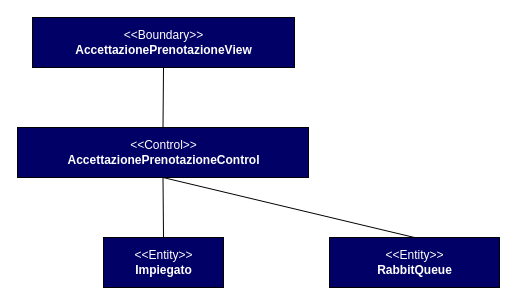
Earlier version of the draw.io diagram Documenti/RAD/Object Model/Accettazione Prenotazione/Accettazione.drawio (Givaa/MedQueue). Source tidied: cells renumbered, new cells numbered last; positions are measured from the earlier drawing's top-left corner, leaving out a move shared by most shapes. Both pictures are drawn from the tidied source at 100%, with x=0, y=0 at pixel (17, 17).
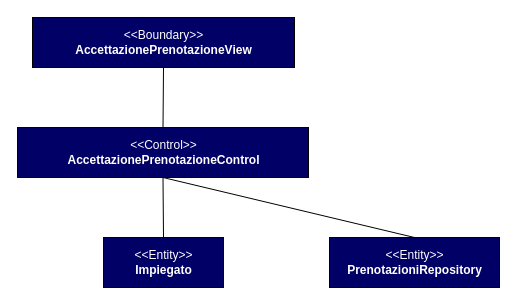
The same page after the edit.

The edit, as a diff of the source:
```diff
@@
 <mxGraphModel>
   <root>
     <mxCell id="0" />
     <mxCell id="1" parent="0" />
     <mxCell id="2" value="&lt;font color=&quot;#ffffff&quot;&gt;&amp;lt;&amp;lt;Entity&amp;gt;&amp;gt;&lt;br&gt;&lt;/font&gt;&lt;div&gt;&lt;b&gt;&lt;font color=&quot;#ffffff&quot;&gt;Impiegato&lt;/font&gt;&lt;/b&gt;&lt;br&gt;&lt;/div&gt;" style="html=1;fillColor=#000066;" parent="1" vertex="1">
       <mxGeometry x="86" y="220" width="120" height="50" as="geometry" />
     </mxCell>
     <mxCell id="3" value="&lt;font color=&quot;#ffffff&quot;&gt;&amp;lt;&amp;lt;Control&amp;gt;&amp;gt;&lt;br&gt;&lt;/font&gt;&lt;div&gt;&lt;b&gt;&lt;font color=&quot;#ffffff&quot;&gt;AccettazionePrenotazioneControl&lt;/font&gt;&lt;/b&gt;&lt;br&gt;&lt;/div&gt;" style="html=1;fillColor=#000066;" parent="1" vertex="1">
       <mxGeometry y="110" width="291" height="50" as="geometry" />
     </mxCell>
     <mxCell id="4" value="&lt;font color=&quot;#ffffff&quot;&gt;&amp;lt;&amp;lt;Boundary&amp;gt;&amp;gt;&lt;br&gt;&lt;/font&gt;&lt;div&gt;&lt;b&gt;&lt;font color=&quot;#ffffff&quot;&gt;AccettazionePrenotazioneView&lt;/font&gt;&lt;/b&gt;&lt;br&gt;&lt;/div&gt;" style="html=1;fillColor=#000066;" parent="1" vertex="1">
       <mxGeometry x="15" width="262" height="50" as="geometry" />
     </mxCell>
     <mxCell id="5" style="endArrow=none;html=1;entryX=0.5;entryY=1;entryDx=0;entryDy=0;exitX=0.5;exitY=0;exitDx=0;exitDy=0;" parent="1" edge="1" source="2" target="3">
       <mxGeometry relative="1" as="geometry" />
     </mxCell>
     <mxCell id="6" style="endArrow=none;html=1;entryX=0.5;entryY=1;entryDx=0;entryDy=0;exitX=0.5;exitY=0;exitDx=0;exitDy=0;" parent="1" edge="1" source="3" target="4">
       <mxGeometry relative="1" as="geometry" />
     </mxCell>
     <mxCell id="7" style="endArrow=none;html=1;entryX=0.5;entryY=1;entryDx=0;entryDy=0;exitX=0.5;exitY=0;exitDx=0;exitDy=0;" parent="1" edge="1" source="8" target="3">
       <mxGeometry relative="1" as="geometry" />
     </mxCell>
-    <mxCell id="8" value="&lt;div&gt;&lt;font color=&quot;#ffffff&quot;&gt;&amp;lt;&amp;lt;Entity&amp;gt;&amp;gt;&lt;br&gt;&lt;/font&gt;&lt;/div&gt;&lt;div&gt;&lt;font color=&quot;#ffffff&quot;&gt;&lt;b&gt;RabbitQueue&lt;/b&gt;&lt;/font&gt;&lt;/div&gt;" style="html=1;fillColor=#000066;" parent="1" vertex="1">
+    <mxCell id="8" value="&lt;div&gt;&lt;font color=&quot;#ffffff&quot;&gt;&amp;lt;&amp;lt;Entity&amp;gt;&amp;gt;&lt;br&gt;&lt;/font&gt;&lt;/div&gt;&lt;div&gt;&lt;font color=&quot;#ffffff&quot;&gt;&lt;b&gt;PrenotazioniRepository&lt;/b&gt;&lt;/font&gt;&lt;/div&gt;" style="html=1;fillColor=#000066;" parent="1" vertex="1">
       <mxGeometry x="312" y="220" width="170" height="50" as="geometry" />
     </mxCell>
   </root>
 </mxGraphModel>
```
